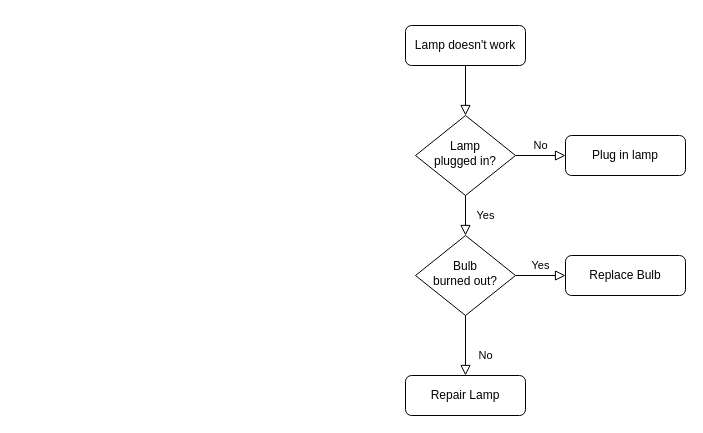
Above: 未命名绘图.drawio in 1061313113/Chart (draw.io), before the change. Source tidied: cells renumbered, new cells numbered last; positions are measured from the earlier drawing's top-left corner, leaving out a move shared by most shapes. Both pictures are drawn from the tidied source at 100%, with x=0, y=0 at pixel (405, 25).
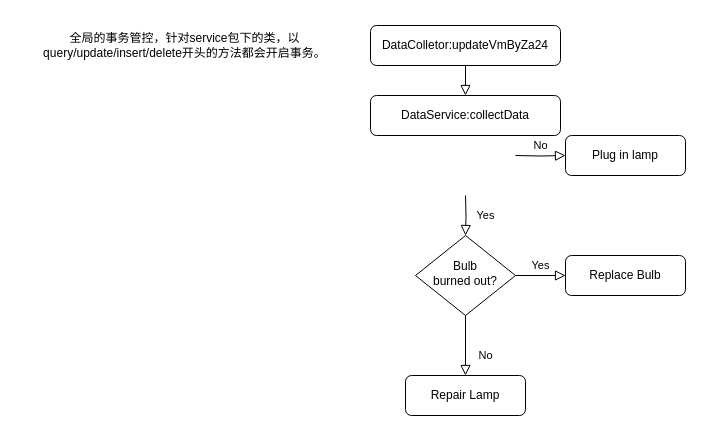
The same page after the edit.

Commit message:
lock wait timeout--批量更新跑批.drawio

What changed in the source:
```diff
@@
 <mxGraphModel>
   <root>
     <mxCell id="0" />
     <mxCell id="1" parent="0" />
-    <mxCell id="2" style="rounded=0;html=1;jettySize=auto;fontSize=11;endArrow=block;endFill=0;endSize=8;strokeWidth=1;shadow=0;labelBackgroundColor=none;edgeStyle=orthogonalEdgeStyle;" parent="1" edge="1" source="3" target="6">
+    <mxCell id="2" style="rounded=0;html=1;jettySize=auto;fontSize=11;endArrow=block;endFill=0;endSize=8;strokeWidth=1;shadow=0;labelBackgroundColor=none;edgeStyle=orthogonalEdgeStyle;entryX=0.5;entryY=0;entryDx=0;entryDy=0;" parent="1" edge="1" source="3" target="13">
       <mxGeometry relative="1" as="geometry" />
     </mxCell>
-    <mxCell id="3" value="Lamp doesn't work" style="rounded=1;whiteSpace=wrap;html=1;fontSize=12;glass=0;strokeWidth=1;shadow=0;" parent="1" vertex="1">
-      <mxGeometry width="120" height="40" as="geometry" />
+    <mxCell id="3" value="DataColletor:updateVmByZa24" style="rounded=1;whiteSpace=wrap;html=1;fontSize=12;glass=0;strokeWidth=1;shadow=0;" parent="1" vertex="1">
+      <mxGeometry x="-35" width="190" height="40" as="geometry" />
     </mxCell>
-    <mxCell id="4" value="Yes" style="rounded=0;html=1;jettySize=auto;fontSize=11;endArrow=block;endFill=0;endSize=8;strokeWidth=1;shadow=0;labelBackgroundColor=none;edgeStyle=orthogonalEdgeStyle;" parent="1" edge="1" source="6" target="10">
-      <mxGeometry y="20" relative="1" as="geometry" />
+    <mxCell id="4" value="Yes" style="rounded=0;html=1;jettySize=auto;fontSize=11;endArrow=block;endFill=0;endSize=8;strokeWidth=1;shadow=0;labelBackgroundColor=none;edgeStyle=orthogonalEdgeStyle;" parent="1" edge="1" target="10">
+      <mxGeometry y="20" relative="1" as="geometry">
+        <mxPoint x="60" y="170" as="sourcePoint" />
+      </mxGeometry>
     </mxCell>
-    <mxCell id="5" value="No" style="edgeStyle=orthogonalEdgeStyle;rounded=0;html=1;jettySize=auto;fontSize=11;endArrow=block;endFill=0;endSize=8;strokeWidth=1;shadow=0;labelBackgroundColor=none;" parent="1" edge="1" source="6" target="7">
-      <mxGeometry y="10" relative="1" as="geometry" />
+    <mxCell id="5" value="No" style="edgeStyle=orthogonalEdgeStyle;rounded=0;html=1;jettySize=auto;fontSize=11;endArrow=block;endFill=0;endSize=8;strokeWidth=1;shadow=0;labelBackgroundColor=none;" parent="1" edge="1" target="7">
+      <mxGeometry y="10" relative="1" as="geometry">
+        <mxPoint x="110" y="130" as="sourcePoint" />
+      </mxGeometry>
     </mxCell>
-    <mxCell id="6" value="Lamp&lt;br&gt;plugged in?" style="rhombus;whiteSpace=wrap;html=1;shadow=0;fontFamily=Helvetica;fontSize=12;align=center;strokeWidth=1;spacing=6;spacingTop=-4;" parent="1" vertex="1">
-      <mxGeometry x="10" y="90" width="100" height="80" as="geometry" />
-    </mxCell>
     <mxCell id="7" value="Plug in lamp" style="rounded=1;whiteSpace=wrap;html=1;fontSize=12;glass=0;strokeWidth=1;shadow=0;" parent="1" vertex="1">
       <mxGeometry x="160" y="110" width="120" height="40" as="geometry" />
     </mxCell>
     <mxCell id="8" value="No" style="rounded=0;html=1;jettySize=auto;fontSize=11;endArrow=block;endFill=0;endSize=8;strokeWidth=1;shadow=0;labelBackgroundColor=none;edgeStyle=orthogonalEdgeStyle;" parent="1" edge="1" source="10" target="11">
       <mxGeometry x="0.33" y="20" relative="1" as="geometry" />
     </mxCell>
     <mxCell id="9" value="Yes" style="edgeStyle=orthogonalEdgeStyle;rounded=0;html=1;jettySize=auto;fontSize=11;endArrow=block;endFill=0;endSize=8;strokeWidth=1;shadow=0;labelBackgroundColor=none;" parent="1" edge="1" source="10" target="12">
       <mxGeometry y="10" relative="1" as="geometry" />
     </mxCell>
     <mxCell id="10" value="Bulb&lt;br&gt;burned out?" style="rhombus;whiteSpace=wrap;html=1;shadow=0;fontFamily=Helvetica;fontSize=12;align=center;strokeWidth=1;spacing=6;spacingTop=-4;" parent="1" vertex="1">
       <mxGeometry x="10" y="210" width="100" height="80" as="geometry" />
     </mxCell>
     <mxCell id="11" value="Repair Lamp" style="rounded=1;whiteSpace=wrap;html=1;fontSize=12;glass=0;strokeWidth=1;shadow=0;" parent="1" vertex="1">
       <mxGeometry y="350" width="120" height="40" as="geometry" />
     </mxCell>
     <mxCell id="12" value="Replace Bulb" style="rounded=1;whiteSpace=wrap;html=1;fontSize=12;glass=0;strokeWidth=1;shadow=0;" parent="1" vertex="1">
       <mxGeometry x="160" y="230" width="120" height="40" as="geometry" />
     </mxCell>
+    <mxCell id="13" value="DataService:collectData" style="rounded=1;whiteSpace=wrap;html=1;fontSize=12;glass=0;strokeWidth=1;shadow=0;" parent="1" vertex="1">
+      <mxGeometry x="-35" y="70" width="190" height="40" as="geometry" />
+    </mxCell>
+    <mxCell id="14" value="全局的事务管控，针对service包下的类，以query/update/insert/delete开头的方法都会开启事务。" style="text;html=1;strokeColor=none;fillColor=none;align=center;verticalAlign=middle;whiteSpace=wrap;rounded=0;" parent="1" vertex="1">
+      <mxGeometry x="-388" y="-8.5" width="335" height="57" as="geometry" />
+    </mxCell>
   </root>
 </mxGraphModel>
```
